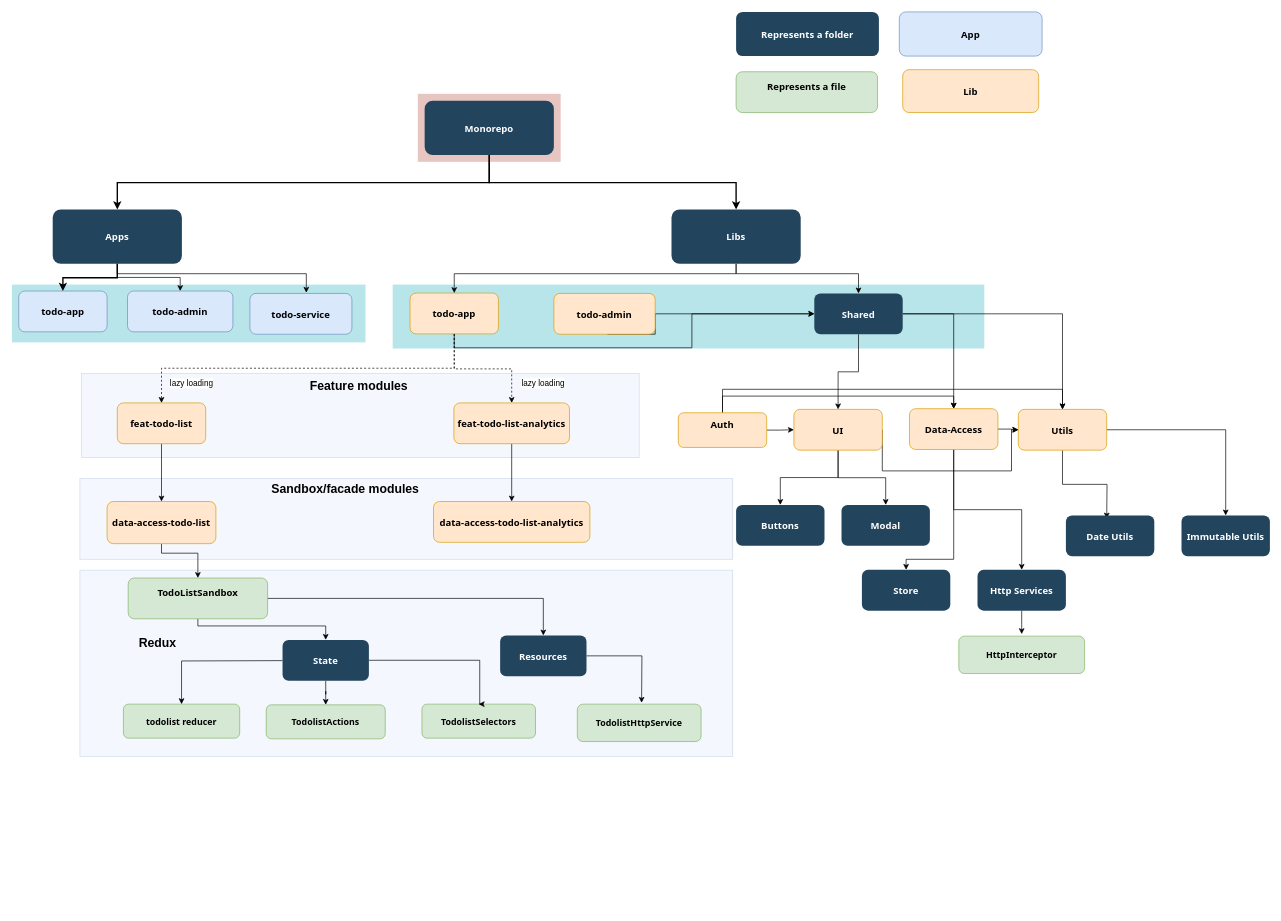
The draw.io diagram Untitled Diagram.drawio in georglang/company-assistant-pwa, before the edit. Source tidied: cells renumbered, new cells numbered last; positions are measured from the earlier drawing's top-left corner, leaving out a move shared by most shapes. Both pictures are drawn from the tidied source at 68%, with x=0, y=0 at pixel (12, 12).
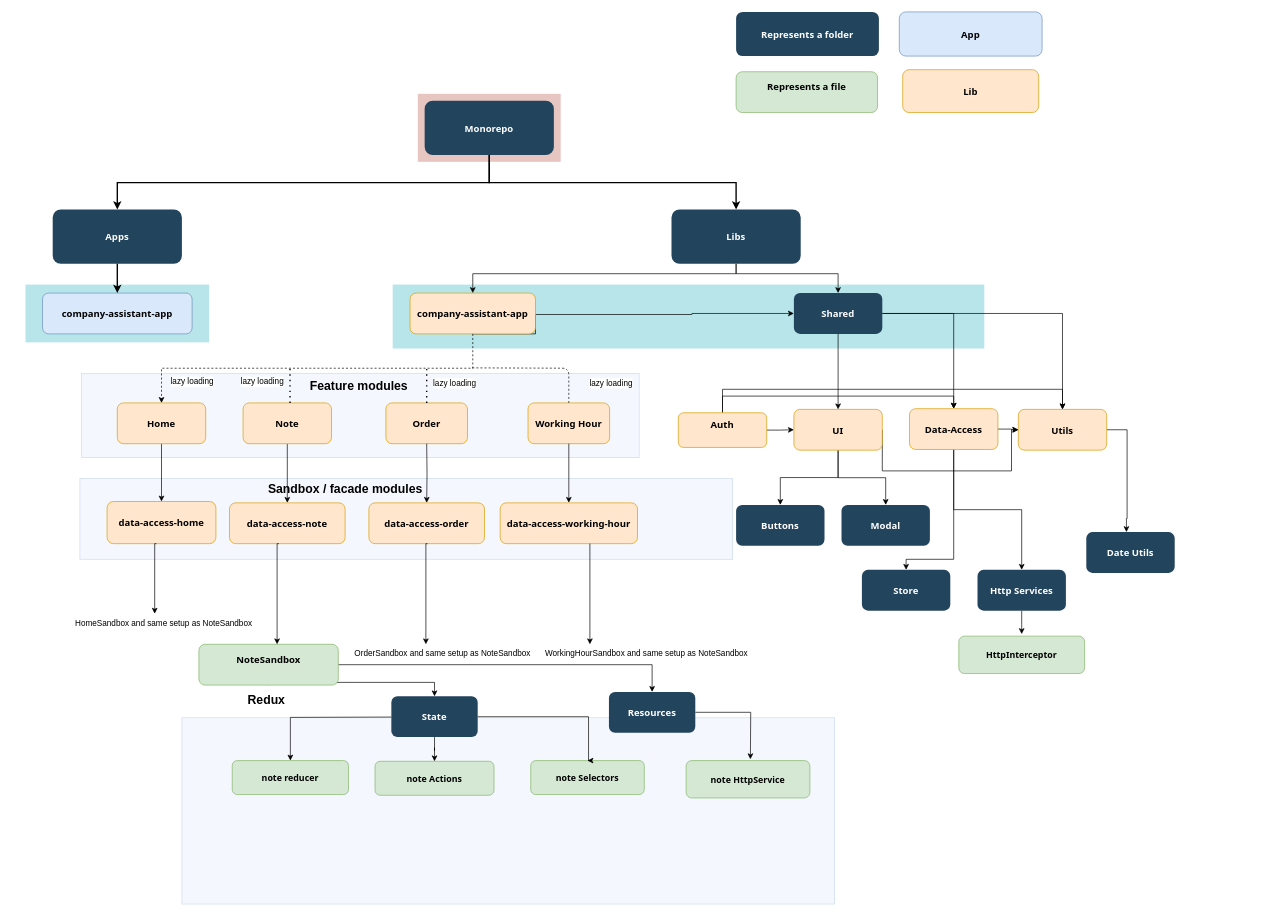
After the change.

Unchanged cells that the change refers to:
```xml
<mxCell id="10" value="Libs" style="rounded=1;fillColor=#23445D;gradientColor=none;strokeColor=none;fontColor=#FFFFFF;fontStyle=1;fontFamily=Tahoma;fontSize=14;" parent="1" vertex="1">
  <mxGeometry x="970" y="290.5" width="190" height="80" as="geometry" />
</mxCell>
<mxCell id="13" value="Apps" style="rounded=1;fillColor=#23445D;gradientColor=none;strokeColor=none;fontColor=#FFFFFF;fontStyle=1;fontFamily=Tahoma;fontSize=14;" parent="1" vertex="1">
  <mxGeometry x="60" y="290.5" width="190" height="80" as="geometry" />
</mxCell>
<mxCell id="23" value="Utils" style="rounded=1;fillColor=#ffe6cc;strokeColor=#d79b00;fontStyle=1;fontFamily=Tahoma;fontSize=14;" parent="1" vertex="1">
  <mxGeometry x="1480" y="584.5" width="130" height="60" as="geometry" />
</mxCell>
```

Diff of the diagram source:
```diff
@@
     <mxCell id="2" style="fillColor=#dae8fc;strokeColor=#6c8ebf;opacity=30;" parent="1" vertex="1">
-      <mxGeometry x="100" y="821" width="960" height="274" as="geometry" />
+      <mxGeometry x="250" y="1038" width="960" height="274" as="geometry" />
     </mxCell>
@@
     <mxCell id="7" style="fillColor=#12AAB5;strokeColor=none;opacity=30;" parent="1" vertex="1">
-      <mxGeometry y="401" width="520" height="85" as="geometry" />
+      <mxGeometry x="20" y="401" width="270" height="85" as="geometry" />
     </mxCell>
@@
     <mxCell id="9" style="edgeStyle=orthogonalEdgeStyle;rounded=0;jettySize=auto;html=1;entryX=0.5;entryY=0;entryDx=0;entryDy=0;" parent="1" edge="1" source="10" target="45">
       <mxGeometry relative="1" as="geometry">
         <Array as="points">
           <mxPoint x="1065" y="385" />
-          <mxPoint x="1245" y="385" />
+          <mxPoint x="1215" y="385" />
         </Array>
       </mxGeometry>
     </mxCell>
@@
-    <mxCell id="11" style="edgeStyle=orthogonalEdgeStyle;rounded=0;jettySize=auto;html=1;entryX=0.5;entryY=0;entryDx=0;entryDy=0;" parent="1" edge="1" source="13" target="33">
-      <mxGeometry relative="1" as="geometry" />
-    </mxCell>
-    <mxCell id="12" style="edgeStyle=orthogonalEdgeStyle;rounded=0;jettySize=auto;html=1;entryX=0.553;entryY=-0.017;entryDx=0;entryDy=0;entryPerimeter=0;" parent="1" edge="1" source="13" target="32">
-      <mxGeometry relative="1" as="geometry">
-        <Array as="points">
-          <mxPoint x="155" y="385" />
-          <mxPoint x="433" y="385" />
-        </Array>
-      </mxGeometry>
-    </mxCell>
@@
-    <mxCell id="14" value="todo-app" style="rounded=1;fillColor=#dae8fc;strokeColor=#6c8ebf;fontStyle=1;fontFamily=Tahoma;fontSize=14;" parent="1" vertex="1">
-      <mxGeometry x="10" y="410.5" width="130" height="60" as="geometry" />
+    <mxCell id="14" value="company-assistant-app" style="rounded=1;fillColor=#dae8fc;strokeColor=#6c8ebf;fontStyle=1;fontFamily=Tahoma;fontSize=14;" parent="1" vertex="1">
+      <mxGeometry x="45" y="413.5" width="220" height="60" as="geometry" />
     </mxCell>
-    <mxCell id="15" style="edgeStyle=orthogonalEdgeStyle;rounded=0;jettySize=auto;html=1;entryX=0.5;entryY=0;entryDx=0;entryDy=0;exitX=0.5;exitY=1;exitDx=0;exitDy=0;strokeColor=#000000;jumpStyle=arc;dashed=1;" parent="1" edge="1" source="18" target="41">
-      <mxGeometry relative="1" as="geometry">
-        <Array as="points">
-          <mxPoint x="651" y="525" />
-          <mxPoint x="735" y="525" />
-        </Array>
-      </mxGeometry>
-    </mxCell>
-    <mxCell id="16" value="lazy loading" style="text;html=1;align=center;verticalAlign=middle;labelBackgroundColor=#ffffff;" parent="15" vertex="1">
-      <mxGeometry x="0.03" relative="1" as="geometry">
-        <mxPoint x="85" y="20" as="offset" />
-      </mxGeometry>
-    </mxCell>
     <mxCell id="17" style="edgeStyle=orthogonalEdgeStyle;rounded=0;jettySize=auto;html=1;exitX=0.5;exitY=1;exitDx=0;exitDy=0;entryX=0;entryY=0.5;entryDx=0;entryDy=0;" parent="1" edge="1" source="18" target="45">
       <mxGeometry relative="1" as="geometry">
         <Array as="points">
-          <mxPoint x="651" y="494" />
-          <mxPoint x="1000" y="494" />
+          <mxPoint x="770" y="474" />
+          <mxPoint x="770" y="445" />
+          <mxPoint x="1000" y="445" />
           <mxPoint x="1000" y="444" />
         </Array>
       </mxGeometry>
     </mxCell>
-    <mxCell id="18" value="todo-app" style="rounded=1;fillColor=#ffe6cc;strokeColor=#d79b00;fontStyle=1;fontFamily=Tahoma;fontSize=14;" parent="1" vertex="1">
-      <mxGeometry x="585.5" y="413.5" width="130" height="60" as="geometry" />
+    <mxCell id="18" value="company-assistant-app" style="rounded=1;fillColor=#ffe6cc;strokeColor=#d79b00;fontStyle=1;fontFamily=Tahoma;fontSize=14;" parent="1" vertex="1">
+      <mxGeometry x="585.5" y="413.5" width="184.5" height="60" as="geometry" />
     </mxCell>
-    <mxCell id="19" style="edgeStyle=orthogonalEdgeStyle;rounded=0;jettySize=auto;html=1;exitX=0.5;exitY=1;exitDx=0;exitDy=0;entryX=0.5;entryY=0;entryDx=0;entryDy=0;" parent="1" edge="1" source="20" target="58">
-      <mxGeometry relative="1" as="geometry">
-        <Array as="points">
-          <mxPoint x="220" y="796" />
-          <mxPoint x="274" y="796" />
-        </Array>
-      </mxGeometry>
-    </mxCell>
-    <mxCell id="20" value="data-access-todo-list" style="rounded=1;fillColor=#ffe6cc;strokeColor=#d79b00;fontStyle=1;fontFamily=Tahoma;fontSize=14;" parent="1" vertex="1">
+    <mxCell id="20" value="data-access-home" style="rounded=1;fillColor=#ffe6cc;strokeColor=#d79b00;fontStyle=1;fontFamily=Tahoma;fontSize=14;" parent="1" vertex="1">
       <mxGeometry x="140" y="720" width="160" height="62" as="geometry" />
     </mxCell>
-    <mxCell id="21" style="edgeStyle=orthogonalEdgeStyle;rounded=0;jettySize=auto;html=1;" parent="1" edge="1" source="23">
+    <mxCell id="21" style="edgeStyle=orthogonalEdgeStyle;rounded=0;jettySize=auto;html=1;entryX=0.454;entryY=0;entryDx=0;entryDy=0;entryPerimeter=0;" parent="1" edge="1" source="23" target="55">
       <mxGeometry relative="1" as="geometry">
-        <mxPoint x="1610" y="745" as="targetPoint" />
+        <Array as="points">
+          <mxPoint x="1640" y="615" />
+          <mxPoint x="1640" y="745" />
+          <mxPoint x="1639" y="745" />
+        </Array>
       </mxGeometry>
     </mxCell>
-    <mxCell id="22" style="edgeStyle=orthogonalEdgeStyle;rounded=0;jettySize=auto;html=1;entryX=0.5;entryY=0;entryDx=0;entryDy=0;" parent="1" edge="1" source="23" target="77">
-      <mxGeometry relative="1" as="geometry" />
-    </mxCell>
@@
-    <mxCell id="32" value="todo-service" style="rounded=1;fillColor=#dae8fc;strokeColor=#6c8ebf;fontStyle=1;fontFamily=Tahoma;fontSize=14;" parent="1" vertex="1">
-      <mxGeometry x="350" y="414" width="150" height="60" as="geometry" />
-    </mxCell>
-    <mxCell id="33" value="todo-admin" style="rounded=1;fillColor=#dae8fc;strokeColor=#6c8ebf;fontStyle=1;fontFamily=Tahoma;fontSize=14;" parent="1" vertex="1">
-      <mxGeometry x="170" y="410.5" width="155" height="60" as="geometry" />
-    </mxCell>
-    <mxCell id="34" style="edgeStyle=orthogonalEdgeStyle;rounded=0;jettySize=auto;html=1;exitX=1;exitY=0.5;exitDx=0;exitDy=0;entryX=0;entryY=0.5;entryDx=0;entryDy=0;" parent="1" edge="1" source="35" target="45">
-      <mxGeometry relative="1" as="geometry">
-        <Array as="points">
-          <mxPoint x="946" y="474" />
-          <mxPoint x="876" y="474" />
-          <mxPoint x="876" y="444" />
-        </Array>
-      </mxGeometry>
-    </mxCell>
-    <mxCell id="35" value="todo-admin" style="rounded=1;fillColor=#ffe6cc;strokeColor=#d79b00;fontStyle=1;fontFamily=Tahoma;fontSize=14;" parent="1" vertex="1">
-      <mxGeometry x="797" y="414" width="149" height="60" as="geometry" />
-    </mxCell>
@@
-    <mxCell id="41" value="feat-todo-list-analytics" style="rounded=1;fillColor=#ffe6cc;strokeColor=#d79b00;fontStyle=1;fontFamily=Tahoma;fontSize=14;" parent="1" vertex="1">
-      <mxGeometry x="650" y="575" width="170" height="60" as="geometry" />
+    <mxCell id="41" value="Note" style="rounded=1;fillColor=#ffe6cc;strokeColor=#d79b00;fontStyle=1;fontFamily=Tahoma;fontSize=14;" parent="1" vertex="1">
+      <mxGeometry x="340" y="575" width="130" height="60" as="geometry" />
     </mxCell>
@@
     <mxCell id="45" value="Shared" style="rounded=1;fillColor=#23445D;gradientColor=none;strokeColor=none;fontColor=#FFFFFF;fontStyle=1;fontFamily=Tahoma;fontSize=14;" parent="1" vertex="1">
-      <mxGeometry x="1180" y="414" width="130" height="60" as="geometry" />
+      <mxGeometry x="1150" y="413.5" width="130" height="60" as="geometry" />
     </mxCell>
@@
     <mxCell id="55" value="Date Utils" style="rounded=1;fillColor=#23445D;gradientColor=none;strokeColor=none;fontColor=#FFFFFF;fontStyle=1;fontFamily=Tahoma;fontSize=14;" parent="1" vertex="1">
-      <mxGeometry x="1550" y="740.5" width="130" height="60" as="geometry" />
+      <mxGeometry x="1580" y="765" width="130" height="60" as="geometry" />
     </mxCell>
     <mxCell id="56" style="edgeStyle=orthogonalEdgeStyle;rounded=0;jettySize=auto;html=1;exitX=0.5;exitY=1;exitDx=0;exitDy=0;fontSize=13;entryX=0.5;entryY=0;entryDx=0;entryDy=0;" parent="1" edge="1" source="58" target="69">
       <mxGeometry relative="1" as="geometry">
         <Array as="points">
-          <mxPoint x="275" y="903" />
-          <mxPoint x="463" y="903" />
+          <mxPoint x="435" y="986" />
+          <mxPoint x="623" y="986" />
         </Array>
       </mxGeometry>
     </mxCell>
@@
-    <mxCell id="58" value="TodoListSandbox&#10;" style="rounded=1;fillColor=#d5e8d4;strokeColor=#82b366;fontStyle=1;fontFamily=Tahoma;fontSize=14;" parent="1" vertex="1">
-      <mxGeometry x="171" y="832.5" width="205" height="60" as="geometry" />
+    <mxCell id="58" value="NoteSandbox&#10;" style="rounded=1;fillColor=#d5e8d4;strokeColor=#82b366;fontStyle=1;fontFamily=Tahoma;fontSize=14;" parent="1" vertex="1">
+      <mxGeometry x="275" y="930" width="205" height="60" as="geometry" />
     </mxCell>
-    <mxCell id="59" value="todolist reducer" style="rounded=1;fillColor=#d5e8d4;strokeColor=#82b366;fontStyle=1;fontFamily=Tahoma;fontSize=13;" parent="1" vertex="1">
-      <mxGeometry x="164" y="1018" width="171" height="50" as="geometry" />
+    <mxCell id="59" value="note reducer" style="rounded=1;fillColor=#d5e8d4;strokeColor=#82b366;fontStyle=1;fontFamily=Tahoma;fontSize=13;" parent="1" vertex="1">
+      <mxGeometry x="324" y="1101" width="171" height="50" as="geometry" />
     </mxCell>
-    <mxCell id="60" value="TodolistActions" style="rounded=1;fillColor=#d5e8d4;strokeColor=#82b366;fontStyle=1;fontFamily=Tahoma;fontSize=13;" parent="1" vertex="1">
-      <mxGeometry x="374" y="1019" width="175" height="50" as="geometry" />
+    <mxCell id="60" value="note Actions" style="rounded=1;fillColor=#d5e8d4;strokeColor=#82b366;fontStyle=1;fontFamily=Tahoma;fontSize=13;" parent="1" vertex="1">
+      <mxGeometry x="534" y="1102" width="175" height="50" as="geometry" />
     </mxCell>
-    <mxCell id="61" value="TodolistSelectors" style="rounded=1;fillColor=#d5e8d4;strokeColor=#82b366;fontStyle=1;fontFamily=Tahoma;fontSize=13;" parent="1" vertex="1">
-      <mxGeometry x="603" y="1018" width="167" height="50" as="geometry" />
+    <mxCell id="61" value="note Selectors" style="rounded=1;fillColor=#d5e8d4;strokeColor=#82b366;fontStyle=1;fontFamily=Tahoma;fontSize=13;" parent="1" vertex="1">
+      <mxGeometry x="763" y="1101" width="167" height="50" as="geometry" />
     </mxCell>
-    <mxCell id="62" value="TodolistHttpService" style="rounded=1;fillColor=#d5e8d4;strokeColor=#82b366;fontStyle=1;fontFamily=Tahoma;fontSize=13;" parent="1" vertex="1">
-      <mxGeometry x="831.5" y="1018" width="182" height="55" as="geometry" />
+    <mxCell id="62" value="note HttpService" style="rounded=1;fillColor=#d5e8d4;strokeColor=#82b366;fontStyle=1;fontFamily=Tahoma;fontSize=13;" parent="1" vertex="1">
+      <mxGeometry x="991.5" y="1101" width="182" height="55" as="geometry" />
     </mxCell>
     <mxCell id="63" value="&lt;font style=&quot;font-size: 18px&quot;&gt;Redux&lt;/font&gt;" style="text;strokeColor=none;fillColor=none;html=1;fontSize=24;fontStyle=1;verticalAlign=middle;align=center;" parent="1" vertex="1">
-      <mxGeometry x="164" y="907" width="100" height="40" as="geometry" />
+      <mxGeometry x="324" y="990" width="100" height="40" as="geometry" />
     </mxCell>
@@
     <mxCell id="66" style="edgeStyle=orthogonalEdgeStyle;rounded=0;jettySize=auto;html=1;entryX=0.5;entryY=0;entryDx=0;entryDy=0;fontSize=13;" parent="1" edge="1" target="59">
       <mxGeometry relative="1" as="geometry">
-        <mxPoint x="398" y="954" as="sourcePoint" />
+        <mxPoint x="558" y="1037" as="sourcePoint" />
       </mxGeometry>
     </mxCell>
@@
     <mxCell id="68" style="edgeStyle=orthogonalEdgeStyle;rounded=0;jettySize=auto;html=1;entryX=0.5;entryY=0;entryDx=0;entryDy=0;fontSize=13;" parent="1" edge="1" source="69" target="61">
       <mxGeometry relative="1" as="geometry">
         <Array as="points">
-          <mxPoint x="688" y="954" />
+          <mxPoint x="848" y="1037" />
         </Array>
       </mxGeometry>
     </mxCell>
     <mxCell id="69" value="State" style="rounded=1;fillColor=#23445D;gradientColor=none;strokeColor=none;fontColor=#FFFFFF;fontStyle=1;fontFamily=Tahoma;fontSize=14;" parent="1" vertex="1">
-      <mxGeometry x="398" y="923.5" width="127" height="60" as="geometry" />
+      <mxGeometry x="558" y="1006.5" width="127" height="60" as="geometry" />
     </mxCell>
     <mxCell id="70" style="edgeStyle=orthogonalEdgeStyle;rounded=0;jettySize=auto;html=1;entryX=0.5;entryY=0;entryDx=0;entryDy=0;fontSize=13;" parent="1" edge="1" source="71">
       <mxGeometry relative="1" as="geometry">
-        <mxPoint x="926" y="1016" as="targetPoint" />
+        <mxPoint x="1086" y="1099" as="targetPoint" />
       </mxGeometry>
     </mxCell>
     <mxCell id="71" value="Resources" style="rounded=1;fillColor=#23445D;gradientColor=none;strokeColor=none;fontColor=#FFFFFF;fontStyle=1;fontFamily=Tahoma;fontSize=14;" parent="1" vertex="1">
-      <mxGeometry x="718" y="917" width="127" height="60" as="geometry" />
+      <mxGeometry x="878" y="1000" width="127" height="60" as="geometry" />
     </mxCell>
@@
-    <mxCell id="73" value="feat-todo-list" style="rounded=1;fillColor=#ffe6cc;strokeColor=#d79b00;fontStyle=1;fontFamily=Tahoma;fontSize=14;" parent="1" vertex="1">
+    <mxCell id="73" value="Home" style="rounded=1;fillColor=#ffe6cc;strokeColor=#d79b00;fontStyle=1;fontFamily=Tahoma;fontSize=14;" parent="1" vertex="1">
       <mxGeometry x="155" y="575" width="130" height="60" as="geometry" />
     </mxCell>
@@
-    <mxCell id="77" value="Immutable Utils" style="rounded=1;fillColor=#23445D;gradientColor=none;strokeColor=none;fontColor=#FFFFFF;fontStyle=1;fontFamily=Tahoma;fontSize=14;" parent="1" vertex="1">
-      <mxGeometry x="1720" y="740.5" width="130" height="60" as="geometry" />
-    </mxCell>
-    <mxCell id="78" value="&lt;font style=&quot;font-size: 18px&quot;&gt;Sandbox/facade modules&lt;/font&gt;" style="text;html=1;fontSize=24;fontStyle=1;verticalAlign=middle;align=center;" parent="1" vertex="1">
+    <mxCell id="78" value="&lt;font style=&quot;font-size: 18px&quot;&gt;Sandbox / facade modules&lt;/font&gt;" style="text;html=1;fontSize=24;fontStyle=1;verticalAlign=middle;align=center;" parent="1" vertex="1">
       <mxGeometry x="440" y="680" width="100" height="40" as="geometry" />
     </mxCell>
@@
     <mxCell id="80" style="edgeStyle=orthogonalEdgeStyle;rounded=0;jettySize=auto;html=1;exitX=0.5;exitY=1;exitDx=0;exitDy=0;entryX=0.5;entryY=0;entryDx=0;entryDy=0;jumpStyle=none;strokeColor=#000000;dashed=1;" parent="1" edge="1" source="18" target="73">
       <mxGeometry relative="1" as="geometry">
         <Array as="points">
-          <mxPoint x="651" y="524" />
+          <mxPoint x="678" y="524" />
           <mxPoint x="220" y="524" />
         </Array>
       </mxGeometry>
     </mxCell>
     <mxCell id="81" value="lazy loading" style="text;html=1;align=center;verticalAlign=middle;labelBackgroundColor=#ffffff;" parent="80" vertex="1">
       <mxGeometry x="-0.63" y="-1" relative="1" as="geometry">
-        <mxPoint x="-340" y="22" as="offset" />
+        <mxPoint x="-361" y="20" as="offset" />
       </mxGeometry>
     </mxCell>
-    <mxCell id="82" value="data-access-todo-list-analytics" style="rounded=1;fillColor=#ffe6cc;strokeColor=#d79b00;fontStyle=1;fontFamily=Tahoma;fontSize=14;" parent="1" vertex="1">
-      <mxGeometry x="620" y="720" width="230" height="60" as="geometry" />
+    <mxCell id="82" value="data-access-note" style="rounded=1;fillColor=#ffe6cc;strokeColor=#d79b00;fontStyle=1;fontFamily=Tahoma;fontSize=14;" parent="1" vertex="1">
+      <mxGeometry x="320" y="722" width="170" height="60" as="geometry" />
     </mxCell>
+    <mxCell id="83" value="Order" style="rounded=1;fillColor=#ffe6cc;strokeColor=#d79b00;fontStyle=1;fontFamily=Tahoma;fontSize=14;" parent="1" vertex="1">
+      <mxGeometry x="550" y="575" width="120" height="60" as="geometry" />
+    </mxCell>
+    <mxCell id="84" value="Working Hour" style="rounded=1;fillColor=#ffe6cc;strokeColor=#d79b00;fontStyle=1;fontFamily=Tahoma;fontSize=14;" parent="1" vertex="1">
+      <mxGeometry x="759" y="575" width="120" height="60" as="geometry" />
+    </mxCell>
+    <mxCell id="85" style="edgeStyle=orthogonalEdgeStyle;rounded=0;jettySize=auto;html=1;exitX=0.5;exitY=1;exitDx=0;exitDy=0;entryX=0.5;entryY=0;entryDx=0;entryDy=0;" parent="1" edge="1" target="86">
+      <mxGeometry relative="1" as="geometry">
+        <mxPoint x="610" y="635" as="sourcePoint" />
+      </mxGeometry>
+    </mxCell>
+    <mxCell id="86" value="data-access-order" style="rounded=1;fillColor=#ffe6cc;strokeColor=#d79b00;fontStyle=1;fontFamily=Tahoma;fontSize=14;" parent="1" vertex="1">
+      <mxGeometry x="525" y="722" width="170" height="60" as="geometry" />
+    </mxCell>
+    <mxCell id="87" style="edgeStyle=orthogonalEdgeStyle;rounded=0;jettySize=auto;html=1;entryX=0.5;entryY=0;entryDx=0;entryDy=0;" parent="1" edge="1" target="88">
+      <mxGeometry relative="1" as="geometry">
+        <mxPoint x="819" y="635" as="sourcePoint" />
+        <Array as="points">
+          <mxPoint x="819" y="635" />
+        </Array>
+      </mxGeometry>
+    </mxCell>
+    <mxCell id="88" value="data-access-working-hour" style="rounded=1;fillColor=#ffe6cc;strokeColor=#d79b00;fontStyle=1;fontFamily=Tahoma;fontSize=14;" parent="1" vertex="1">
+      <mxGeometry x="718" y="722" width="202" height="60" as="geometry" />
+    </mxCell>
+    <mxCell id="89" style="edgeStyle=orthogonalEdgeStyle;rounded=0;orthogonalLoop=1;jettySize=auto;html=1;exitX=0.5;exitY=1;exitDx=0;exitDy=0;" parent="1" edge="1" source="2" target="2">
+      <mxGeometry relative="1" as="geometry" />
+    </mxCell>
+    <mxCell id="90" style="edgeStyle=orthogonalEdgeStyle;rounded=0;orthogonalLoop=1;jettySize=auto;html=1;entryX=0.5;entryY=0;entryDx=0;entryDy=0;" parent="1" edge="1">
+      <mxGeometry relative="1" as="geometry">
+        <mxPoint x="611.2" y="782" as="sourcePoint" />
+        <mxPoint x="608.8" y="930" as="targetPoint" />
+        <Array as="points">
+          <mxPoint x="608.8" y="782" />
+        </Array>
+      </mxGeometry>
+    </mxCell>
+    <mxCell id="91" style="edgeStyle=orthogonalEdgeStyle;rounded=0;orthogonalLoop=1;jettySize=auto;html=1;" parent="1" edge="1">
+      <mxGeometry relative="1" as="geometry">
+        <mxPoint x="850" y="782" as="sourcePoint" />
+        <mxPoint x="850" y="930" as="targetPoint" />
+        <Array as="points">
+          <mxPoint x="850" y="782" />
+          <mxPoint x="850" y="930" />
+        </Array>
+      </mxGeometry>
+    </mxCell>
+    <mxCell id="92" style="edgeStyle=orthogonalEdgeStyle;rounded=0;orthogonalLoop=1;jettySize=auto;html=1;entryX=0.5;entryY=0;entryDx=0;entryDy=0;" parent="1" edge="1">
+      <mxGeometry relative="1" as="geometry">
+        <mxPoint x="392.5" y="782" as="sourcePoint" />
+        <mxPoint x="390" y="930" as="targetPoint" />
+        <Array as="points">
+          <mxPoint x="390" y="782" />
+        </Array>
+      </mxGeometry>
+    </mxCell>
+    <mxCell id="93" value="lazy loading" style="text;html=1;align=center;verticalAlign=middle;labelBackgroundColor=#ffffff;" parent="1" vertex="1">
+      <mxGeometry x="880" y="545" as="geometry" />
+    </mxCell>
+    <mxCell id="94" style="endArrow=none;dashed=1;html=1;entryX=0.5;entryY=0;entryDx=0;entryDy=0;" parent="1" edge="1" target="84">
+      <mxGeometry relative="1" as="geometry">
+        <mxPoint x="677" y="523.5" as="sourcePoint" />
+        <Array as="points">
+          <mxPoint x="819" y="524" />
+        </Array>
+      </mxGeometry>
+    </mxCell>
+    <mxCell id="95" style="endArrow=none;dashed=1;html=1;dashPattern=1 3;strokeWidth=2;" parent="1" edge="1">
+      <mxGeometry relative="1" as="geometry">
+        <mxPoint x="610" y="575" as="sourcePoint" />
+        <mxPoint x="610" y="525" as="targetPoint" />
+      </mxGeometry>
+    </mxCell>
+    <mxCell id="96" style="endArrow=none;dashed=1;html=1;dashPattern=1 3;strokeWidth=2;" parent="1" edge="1">
+      <mxGeometry relative="1" as="geometry">
+        <mxPoint x="409" y="575" as="sourcePoint" />
+        <mxPoint x="409" y="525" as="targetPoint" />
+      </mxGeometry>
+    </mxCell>
+    <mxCell id="97" value="lazy loading" style="text;html=1;align=center;verticalAlign=middle;labelBackgroundColor=#ffffff;" parent="1" vertex="1">
+      <mxGeometry x="650" y="545" as="geometry" />
+    </mxCell>
+    <mxCell id="98" value="lazy loading" style="text;html=1;align=center;verticalAlign=middle;labelBackgroundColor=#ffffff;" parent="1" vertex="1">
+      <mxGeometry x="640" y="545" as="geometry">
+        <mxPoint x="-273" y="-2" as="offset" />
+      </mxGeometry>
+    </mxCell>
+    <mxCell id="99" value="OrderSandbox and same setup as NoteSandbox" style="text;html=1;align=center;verticalAlign=middle;labelBackgroundColor=#ffffff;" parent="1" vertex="1">
+      <mxGeometry x="660" y="575" as="geometry">
+        <mxPoint x="-28" y="368" as="offset" />
+      </mxGeometry>
+    </mxCell>
+    <mxCell id="100" value="WorkingHourSandbox and same setup as NoteSandbox" style="text;html=1;align=center;verticalAlign=middle;labelBackgroundColor=#ffffff;" parent="1" vertex="1">
+      <mxGeometry x="960" y="575" as="geometry">
+        <mxPoint x="-28" y="368" as="offset" />
+      </mxGeometry>
+    </mxCell>
+    <mxCell id="101" value="HomeSandbox and same setup as NoteSandbox" style="text;html=1;align=center;verticalAlign=middle;labelBackgroundColor=#ffffff;" parent="1" vertex="1">
+      <mxGeometry x="250" y="531.5" as="geometry">
+        <mxPoint x="-28" y="368" as="offset" />
+      </mxGeometry>
+    </mxCell>
+    <mxCell id="102" style="edgeStyle=orthogonalEdgeStyle;rounded=0;orthogonalLoop=1;jettySize=auto;html=1;" parent="1" edge="1">
+      <mxGeometry relative="1" as="geometry">
+        <mxPoint x="212.5" y="782" as="sourcePoint" />
+        <mxPoint x="210" y="885" as="targetPoint" />
+        <Array as="points">
+          <mxPoint x="210" y="782" />
+        </Array>
+      </mxGeometry>
+    </mxCell>
```
